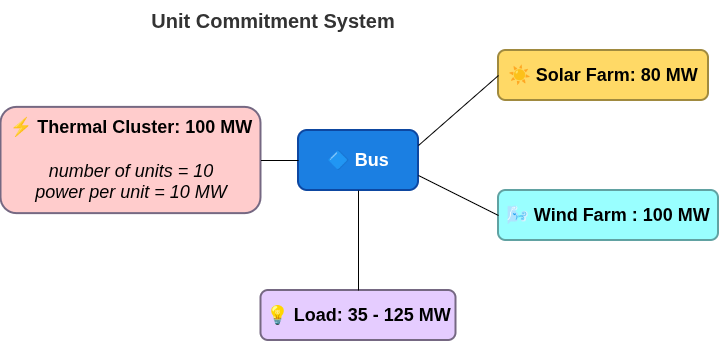
Above: doc/assets/2_Scheme_QSE2_Unit_Com_System.png in AntaresSimulatorTeam/GEMS (draw.io), before the change. Source tidied: cells renumbered, new cells last; positions are measured from the earlier drawing's top-left corner, leaving out a move shared by most shapes.
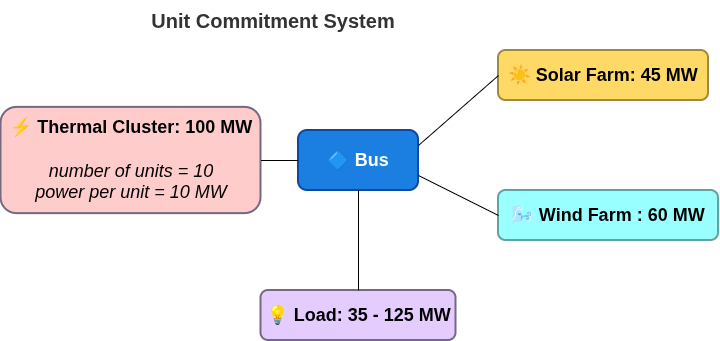
The same diagram one commit later.

Commit message:
update scheme with new values of solar and wind farms

Diff of the diagram source:
```diff
@@ -2,7 +2,7 @@
   <root>
     <mxCell id="0" />
     <mxCell id="1" parent="0" />
-    <mxCell id="2" value="&lt;b style=&quot;color: rgb(0, 0, 0); font-size: 18px; text-align: left;&quot;&gt;☀️ Solar Farm: 80 MW&lt;/b&gt;" style="rounded=1;whiteSpace=wrap;html=1;fillColor=#FFD966;strokeColor=#A08A3F;strokeWidth=2;fontSize=14;fontColor=#FFFFFF;" parent="1" vertex="1">
+    <mxCell id="2" value="&lt;b style=&quot;color: rgb(0, 0, 0); font-size: 18px; text-align: left;&quot;&gt;☀️ Solar Farm: 45 MW&lt;/b&gt;" style="rounded=1;whiteSpace=wrap;html=1;fillColor=#FFD966;strokeColor=#A08A3F;strokeWidth=2;fontSize=14;fontColor=#FFFFFF;" parent="1" vertex="1">
       <mxGeometry x="498" y="50" width="210" height="50" as="geometry" />
     </mxCell>
     <mxCell id="3" value="&lt;span style=&quot;font-size: 18px; font-weight: 700;&quot;&gt;🔷 Bus&lt;/span&gt;" style="rounded=1;whiteSpace=wrap;html=1;fillColor=#1B7FE2;strokeColor=#0D47A1;strokeWidth=2;fontSize=14;fontColor=#FFFFFF;" parent="1" vertex="1">
@@ -20,7 +20,7 @@
     <mxCell id="7" style="group;fillColor=none;" parent="1" vertex="1">
       <mxGeometry x="498" y="190" width="220" height="50" as="geometry" />
     </mxCell>
-    <mxCell id="8" value="&lt;b style=&quot;color: rgb(0, 0, 0); font-size: 18px;&quot;&gt;🌬️ Wind Farm : 100 MW&lt;/b&gt;" style="rounded=1;whiteSpace=wrap;html=1;fillColor=#99FFFF;strokeColor=#61A2A2;strokeWidth=2;fontSize=14;fontColor=#FFFFFF;" parent="7" vertex="1">
+    <mxCell id="8" value="&lt;b style=&quot;color: rgb(0, 0, 0); font-size: 18px;&quot;&gt;🌬️ Wind Farm : 60 MW&lt;/b&gt;" style="rounded=1;whiteSpace=wrap;html=1;fillColor=#99FFFF;strokeColor=#61A2A2;strokeWidth=2;fontSize=14;fontColor=#FFFFFF;" parent="7" vertex="1">
       <mxGeometry width="220" height="50" as="geometry" />
     </mxCell>
     <mxCell id="9" style="group;" parent="1" vertex="1">
```
